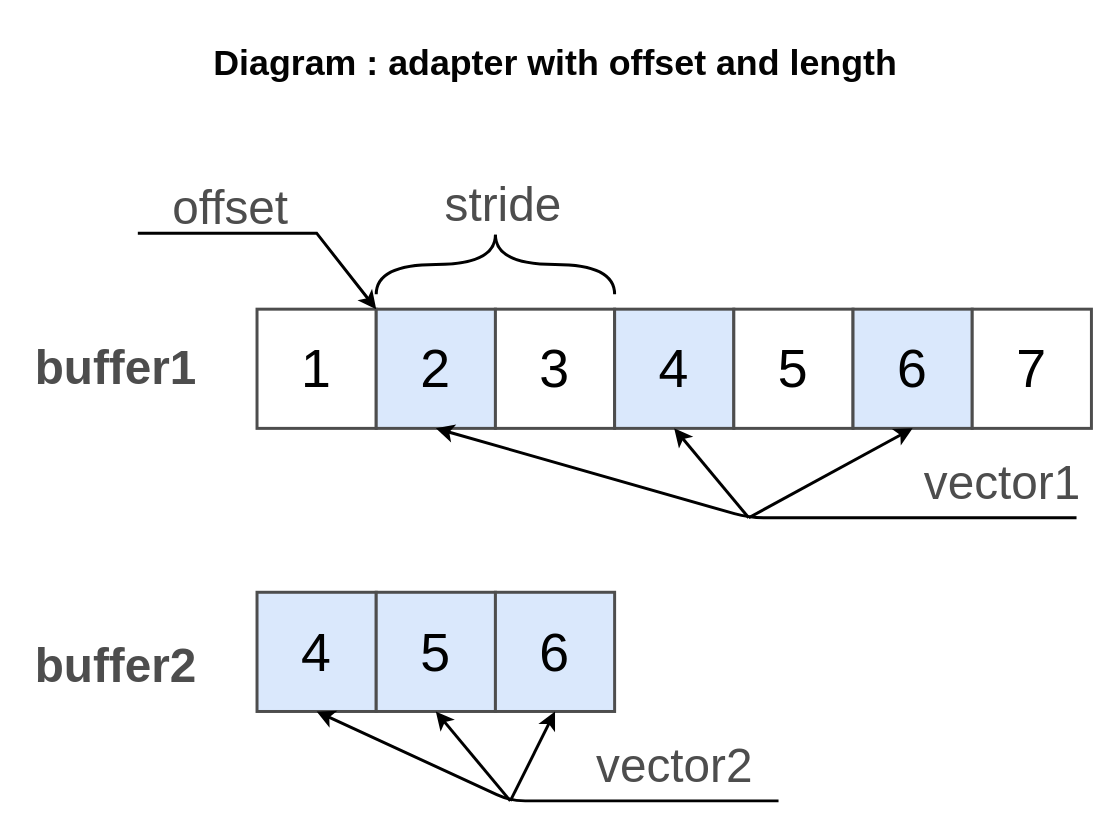
The draw.io diagram page "FromRangeAndStride" (1 of 2) of doc/img/VectorAdapterFrom.drawio in Wandalen/wMathVector, before the edit. Source tidied: cells renumbered, new cells numbered last; positions are measured from the earlier drawing's top-left corner, leaving out a move shared by most shapes. Both pictures are drawn from the tidied source at 149%, with x=0, y=0 at pixel (25, 25).
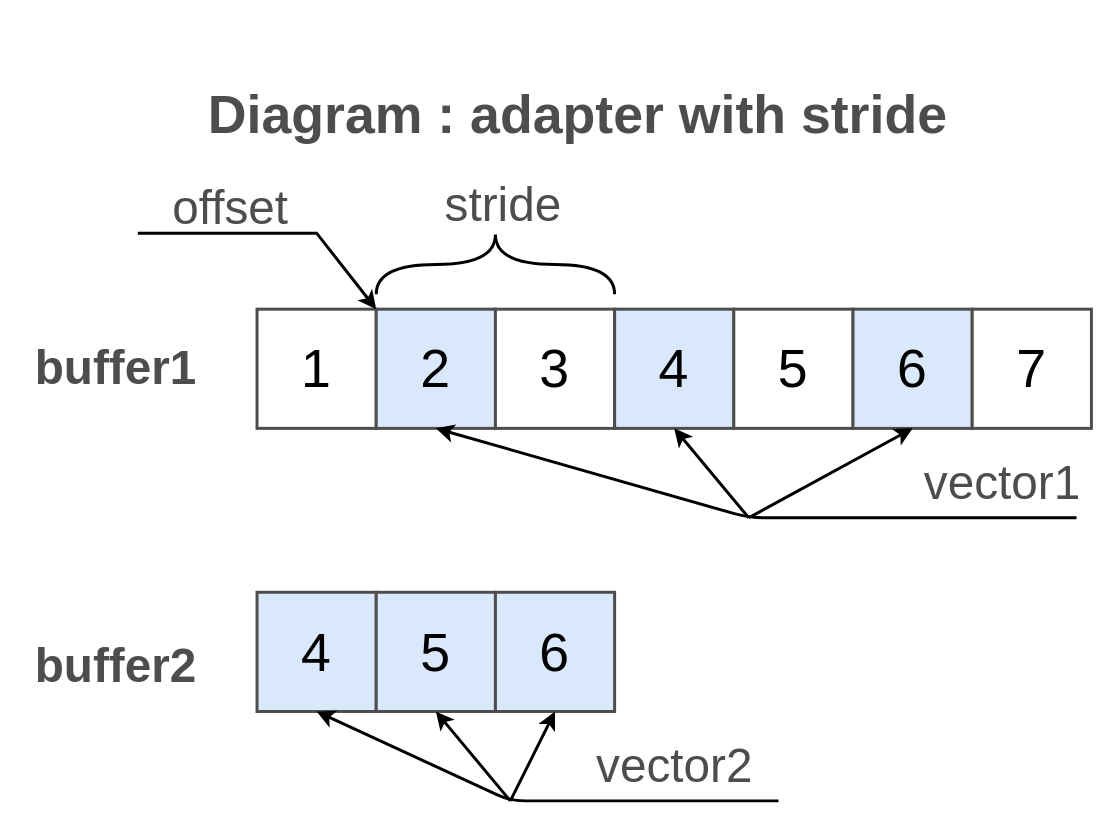
Above is the later version.

Change to the diagram source:
```diff
@@
-<mxGraphModel background="#ffffff">
+<mxGraphModel>
@@
-    <mxCell id="27" value="Diagram : adapter with offset and length" style="text;html=1;align=center;verticalAlign=middle;fontSize=24;fontColor=#030303;fontStyle=1;" parent="1" vertex="1">
-      <mxGeometry x="5" width="700" height="50" as="geometry" />
-    </mxCell>
+    <mxCell id="28" value="Diagram : adapter with stride" style="text;html=1;align=center;verticalAlign=middle;fontSize=36;fontColor=#4D4D4D;fontStyle=1;" parent="1" vertex="1">
+      <mxGeometry x="115" y="34" width="510" height="50" as="geometry" />
+    </mxCell>
```
